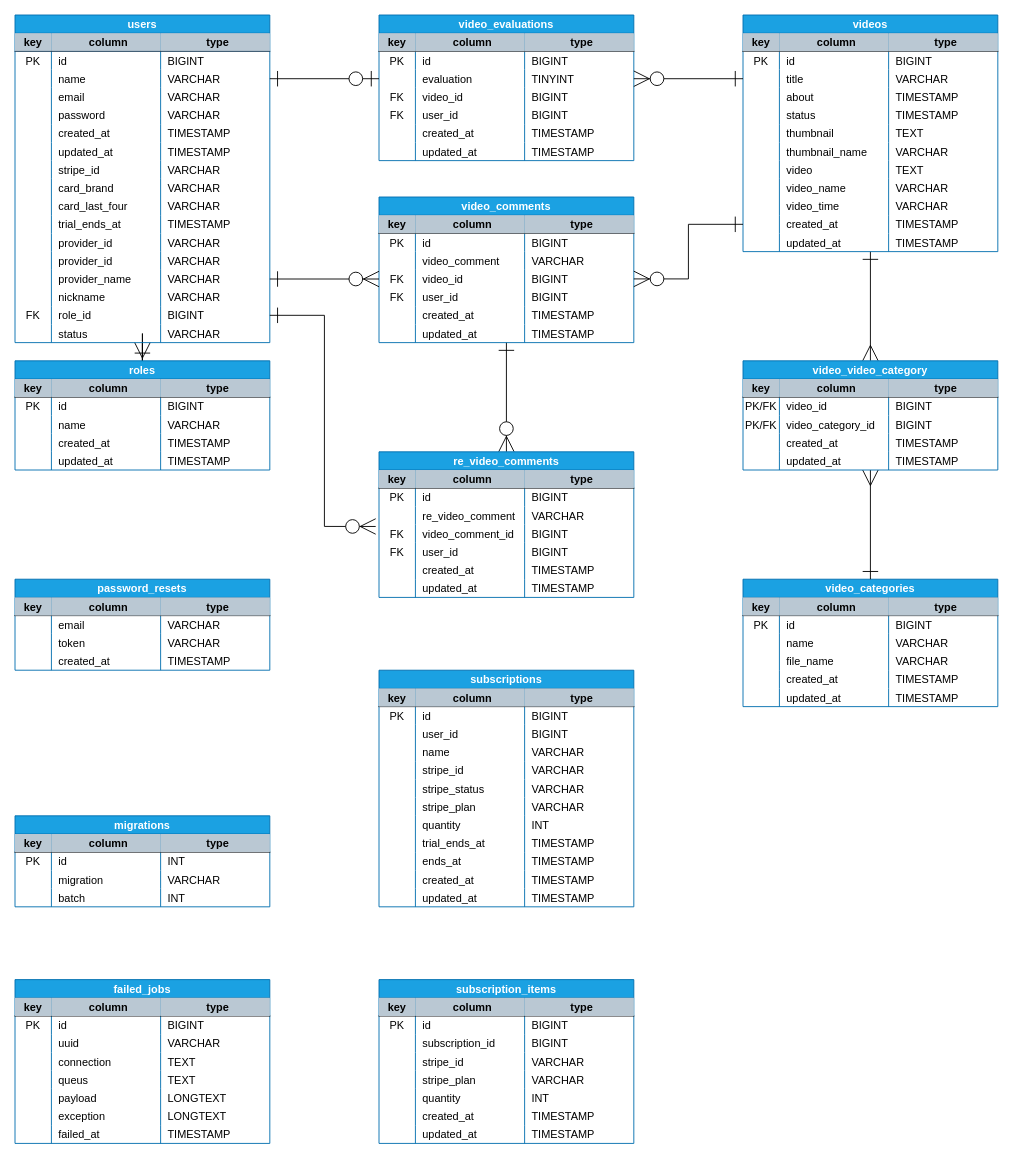
kiyo1031r1/laravel-vuejs keeps this draw.io diagram as ER.dio. Above is the earlier version. Source tidied: cells renumbered, new cells numbered last; positions are measured from the earlier drawing's top-left corner, leaving out a move shared by most shapes. Both pictures are drawn from the tidied source at 91%, with x=0, y=0 at pixel (15, 15).
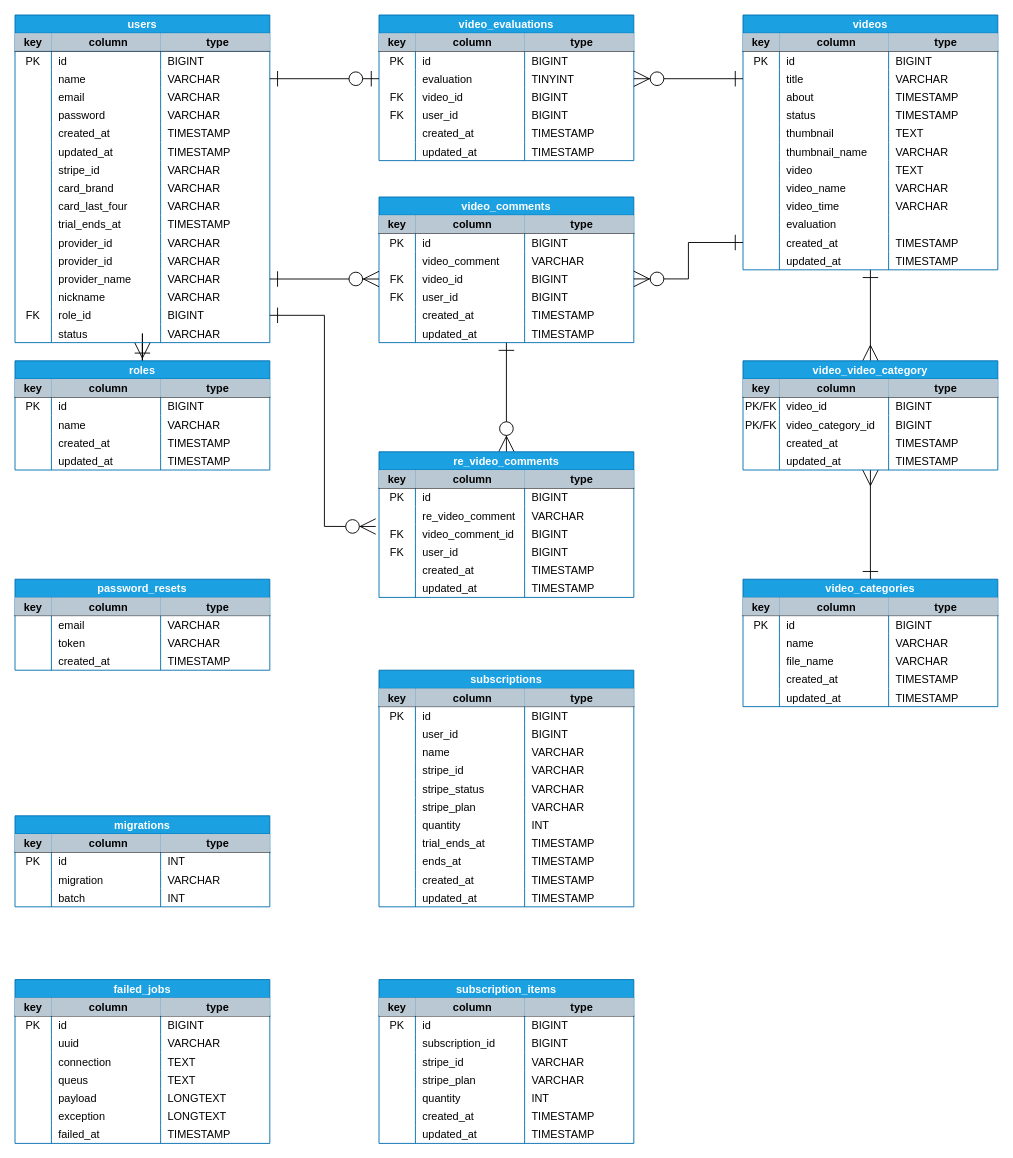
The same page after the edit.

Commit message (it also covers changes not shown here):
ER図を更新(videoにevaluationカラムを追加)

Change to the diagram source:
```diff
@@
     <mxCell id="94" value="videos" style="shape=table;startSize=20;childLayout=tableLayout;rowLines=0;fontStyle=1;align=center;fillColor=#1ba1e2;strokeColor=#006EAF;fontColor=#ffffff;" parent="1" vertex="1">
-      <mxGeometry x="800" width="280" height="260" as="geometry" />
+      <mxGeometry x="800" width="280" height="280" as="geometry" />
     </mxCell>
@@
+    <mxCell id="432" style="shape=partialRectangle;fillColor=none;top=0;left=0;bottom=0;right=0;" parent="94" vertex="1">
+      <mxGeometry y="220" width="280" height="20" as="geometry" />
+    </mxCell>
+    <mxCell id="433" style="shape=partialRectangle;fillColor=none;top=0;left=0;bottom=0;right=0;overflow=hidden;" parent="432" vertex="1">
+      <mxGeometry width="40" height="20" as="geometry" />
+    </mxCell>
+    <mxCell id="434" value="evaluation" style="shape=partialRectangle;fillColor=none;top=0;left=0;bottom=0;right=0;align=left;spacingLeft=6;overflow=hidden;" parent="432" vertex="1">
+      <mxGeometry x="40" width="120" height="20" as="geometry" />
+    </mxCell>
+    <mxCell id="435" style="shape=partialRectangle;fillColor=none;top=0;left=0;bottom=0;right=0;align=left;spacingLeft=6;overflow=hidden;" parent="432" vertex="1">
+      <mxGeometry x="160" width="120" height="20" as="geometry" />
+    </mxCell>
     <mxCell id="135" style="shape=partialRectangle;fillColor=none;top=0;left=0;bottom=0;right=0;points=[[0,0.5],[1,0.5]];portConstraint=eastwest;" parent="94" vertex="1">
-      <mxGeometry y="220" width="280" height="20" as="geometry" />
+      <mxGeometry y="240" width="280" height="20" as="geometry" />
     </mxCell>
@@
     <mxCell id="139" style="shape=partialRectangle;fillColor=none;top=0;left=0;bottom=0;right=0;" parent="94" vertex="1">
-      <mxGeometry y="240" width="280" height="20" as="geometry" />
+      <mxGeometry y="260" width="280" height="20" as="geometry" />
     </mxCell>
```
